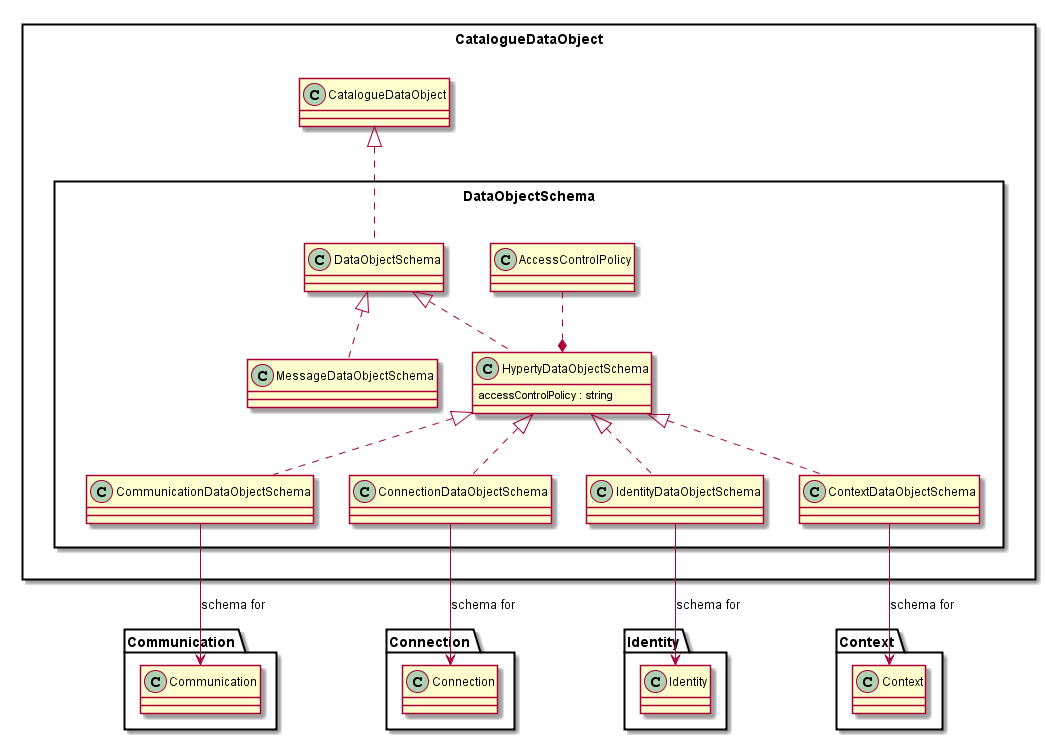
This is docs/datamodel/core/hyperty-catalogue/Data-Object-Schema.png from reTHINK-project/dev-service-framework, a PlantUML export, as it was before one commit. Its diagram source:
```plantuml
@startuml "../../docs/datamodel/core/hyperty-catalogue/Data-Object-Schema.png"

package CatalogueDataObject <<Rect>> {


package DataObjectSchema <<Rect>> {

	class DataObjectSchema {
	}

	DataObjectSchema .up.|> CatalogueDataObject.CatalogueDataObject

	class MessageDataObjectSchema {
	}

	class HypertyDataObjectSchema {
	accessControlPolicy : string
	}

	class AccessControlPolicy {
	}

	class CommunicationDataObjectSchema {
	}

	class ConnectionDataObjectSchema {
	}

	class IdentityDataObjectSchema {
	}

	class ContextDataObjectSchema {
	}

	MessageDataObjectSchema .up.|> DataObjectSchema
	HypertyDataObjectSchema .up.|> DataObjectSchema

	HypertyDataObjectSchema *.up. AccessControlPolicy

	CommunicationDataObjectSchema .up.|> HypertyDataObjectSchema
	ConnectionDataObjectSchema .up.|> HypertyDataObjectSchema
	IdentityDataObjectSchema .up.|> HypertyDataObjectSchema
	ContextDataObjectSchema .up.|> HypertyDataObjectSchema

	CommunicationDataObjectSchema -down-> Communication.Communication : schema for

	ConnectionDataObjectSchema -down-> Connection.Connection : schema for

	IdentityDataObjectSchema -down-> Identity.Identity : schema for

	ContextDataObjectSchema -down-> Context.Context : schema for
}

}
@enduml
```
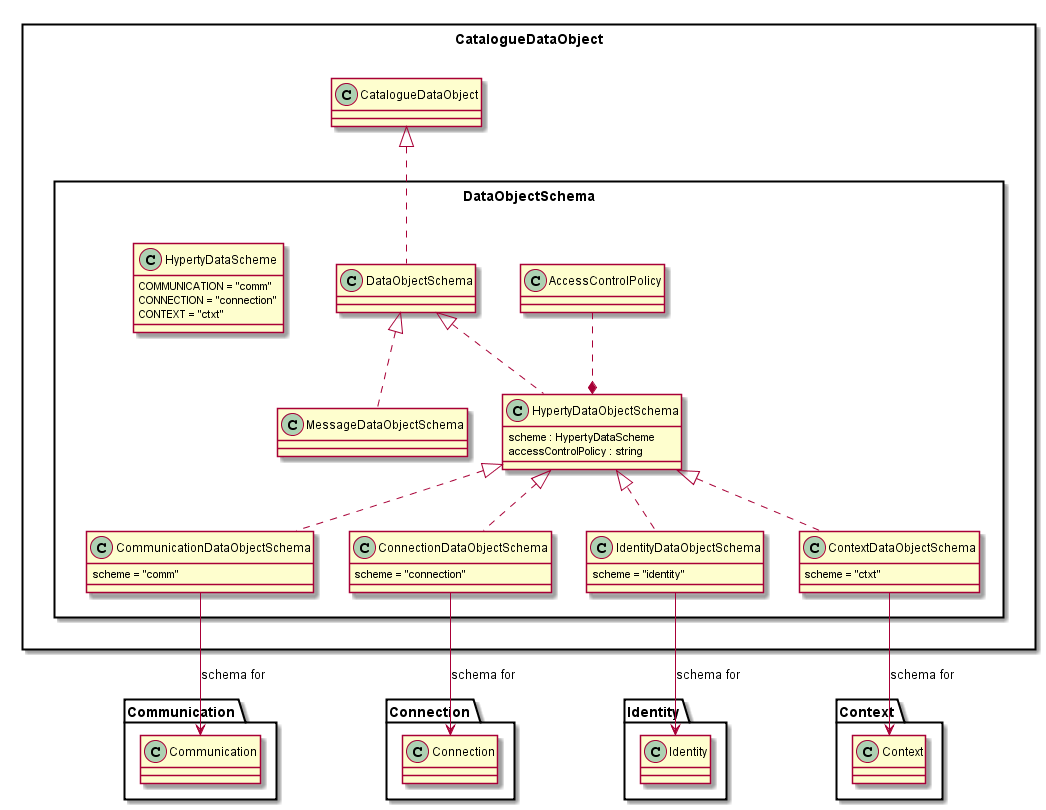
After the commit.

Change to the diagram source:
```diff
@@ -8,28 +8,40 @@
 	class DataObjectSchema {
 	}
 
+
 	DataObjectSchema .up.|> CatalogueDataObject.CatalogueDataObject
 
 	class MessageDataObjectSchema {
 	}
 
 	class HypertyDataObjectSchema {
+	scheme : HypertyDataScheme
 	accessControlPolicy : string
 	}
+
+	class HypertyDataScheme {
+	 COMMUNICATION = "comm"
+	 CONNECTION = "connection"
+	 CONTEXT = "ctxt"
+	 	}
 
 	class AccessControlPolicy {
 	}
 
 	class CommunicationDataObjectSchema {
+	scheme = "comm"
 	}
 
 	class ConnectionDataObjectSchema {
+	scheme = "connection"
 	}
 
 	class IdentityDataObjectSchema {
+	scheme = "identity"
 	}
 
 	class ContextDataObjectSchema {
+	scheme = "ctxt"
 	}
 
 	MessageDataObjectSchema .up.|> DataObjectSchema
```
